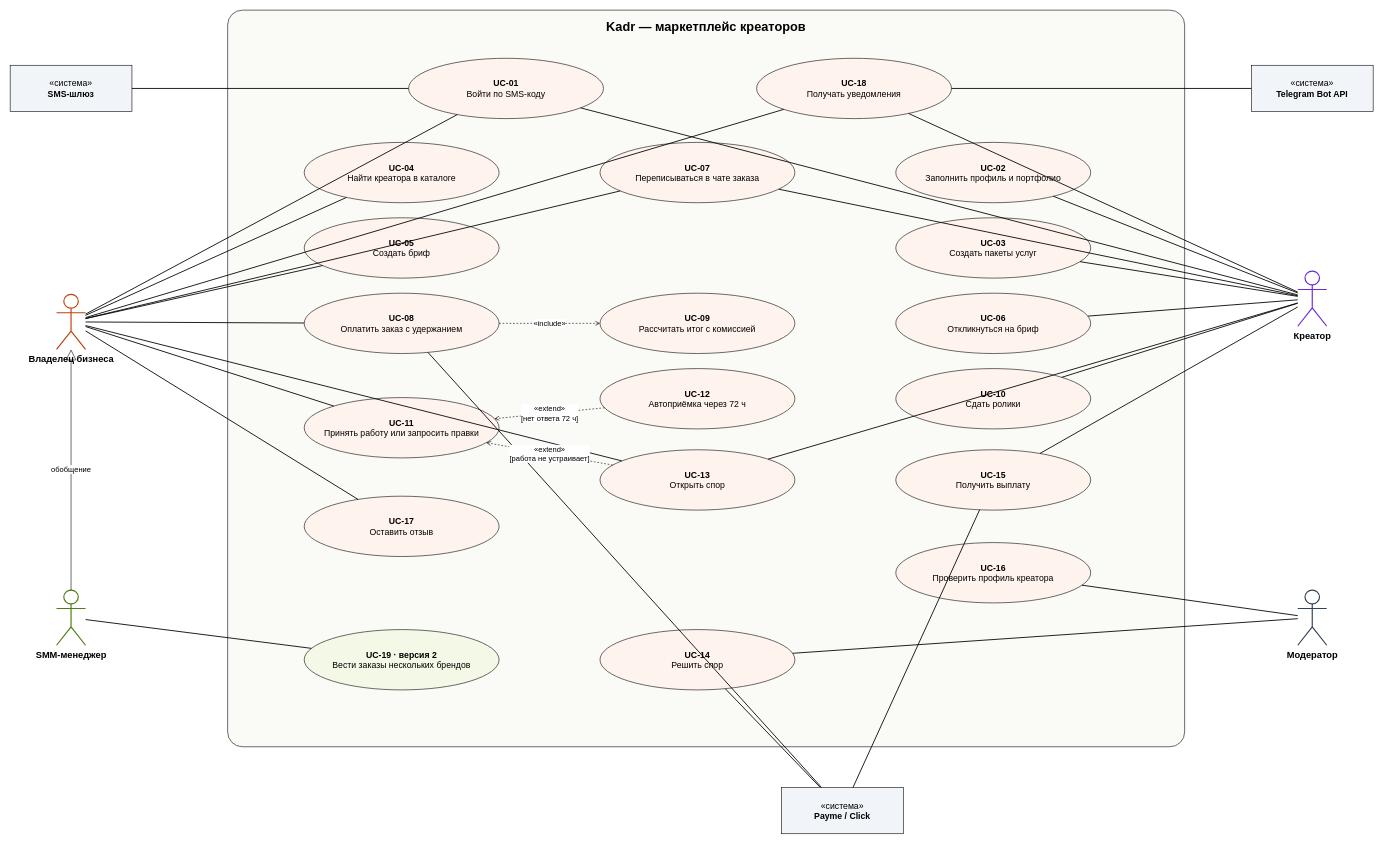
Above: models/drawio/use_case.drawio in khananitavsl-a11y/Kadr (draw.io), before the change. Source tidied: cells renumbered, new cells numbered last; positions are measured from the earlier drawing's top-left corner, leaving out a move shared by most shapes. Both pictures are drawn from the tidied source at 58%, with x=0, y=0 at pixel (10, 10).
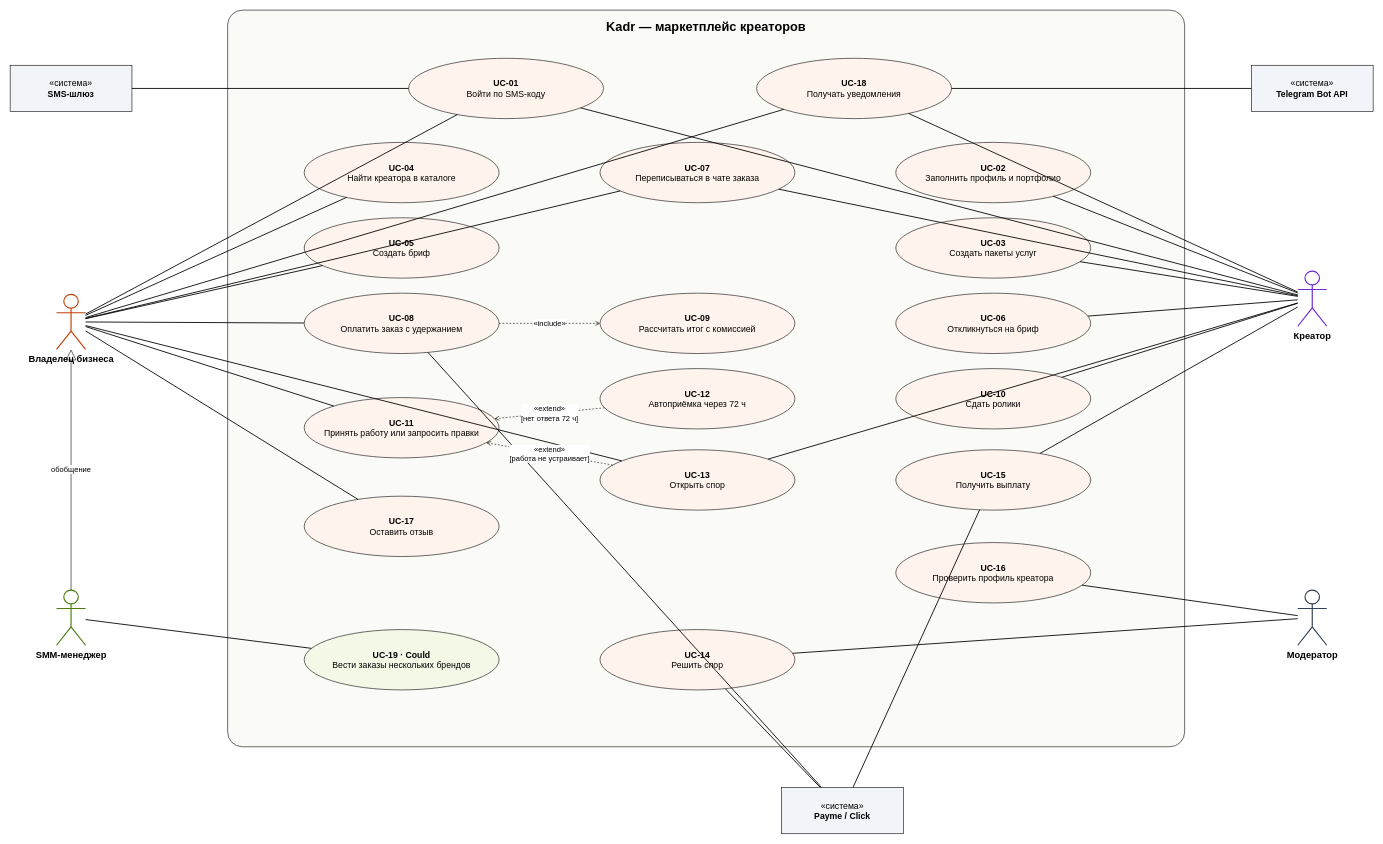
The same page after the edit.

Commit message:
Use case diagram: updated draw.io

Diff of the diagram source:
```diff
@@
-    <mxCell id="10" value="&lt;b&gt;UC-19 · версия 2&lt;/b&gt;&lt;br&gt;Вести заказы нескольких брендов" style="ellipse;whiteSpace=wrap;html=1;fontSize=15;fillColor=#F3F9E6;" parent="1" vertex="1">
+    <mxCell id="10" value="&lt;b&gt;UC-19 · Could&lt;/b&gt;&lt;br&gt;Вести заказы нескольких брендов" style="ellipse;whiteSpace=wrap;html=1;fontSize=15;fillColor=#F3F9E6;" parent="1" vertex="1">
       <mxGeometry x="507" y="1068" width="336" height="104" as="geometry" />
     </mxCell>
```
